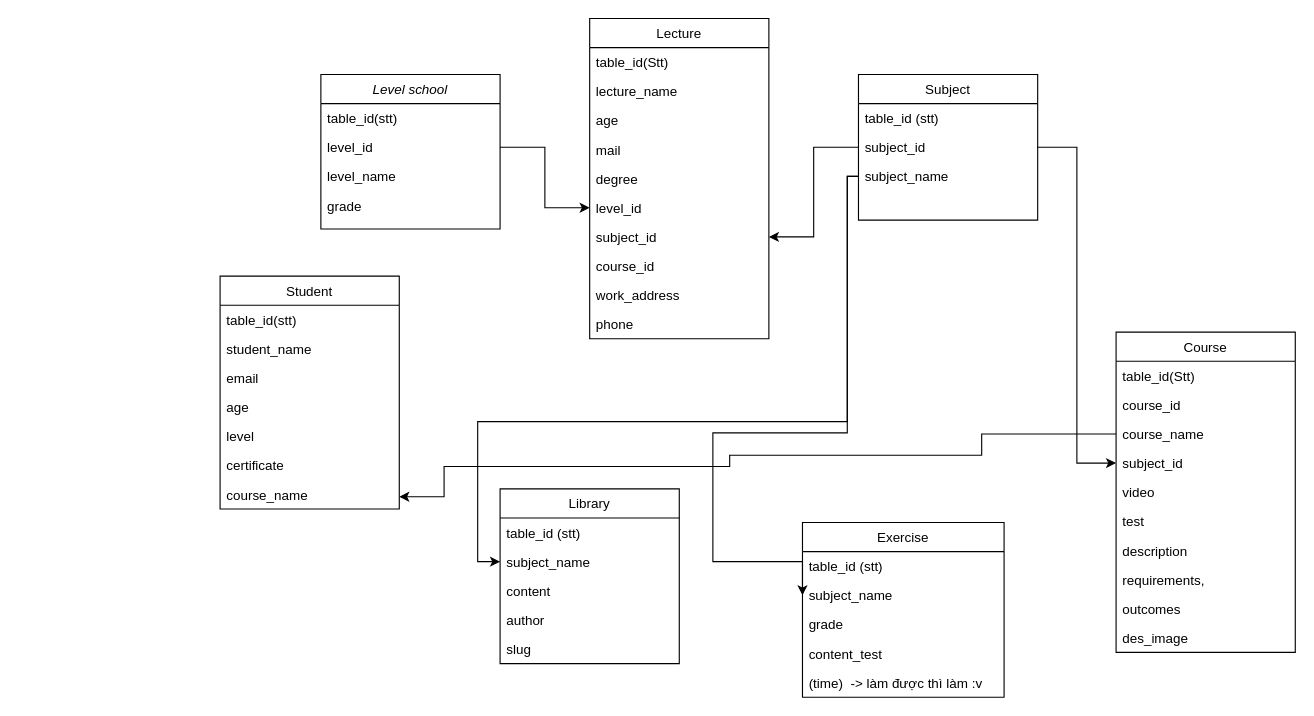
Earlier version of the draw.io diagram Untitled Diagram.drawio (luongminh2111/Web-e-learning). Source tidied: cells renumbered, new cells numbered last; positions are measured from the earlier drawing's top-left corner, leaving out a move shared by most shapes. Both pictures are drawn from the tidied source at 112%, with x=0, y=0 at pixel (220, 18).
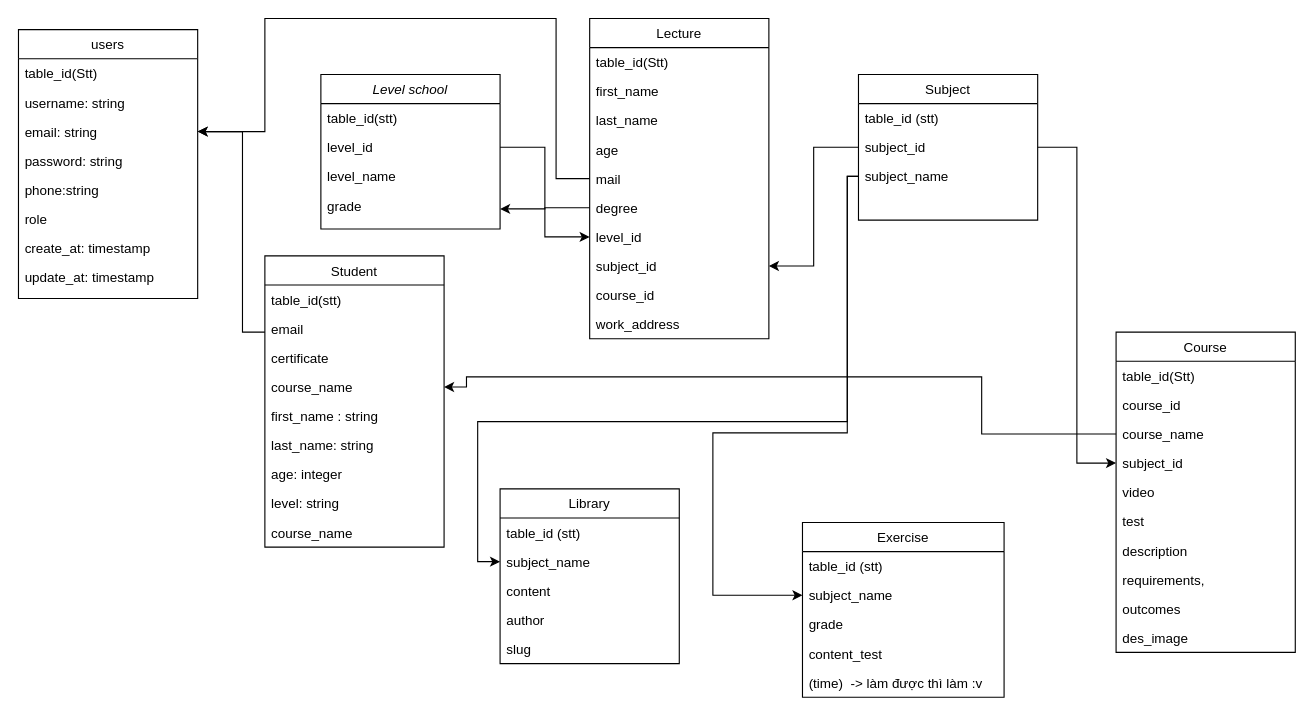
Above is the later version.

Unchanged cells that the change refers to:
```xml
<mxCell id="6" value="grade" style="text;align=left;verticalAlign=top;spacingLeft=4;spacingRight=4;overflow=hidden;points=[[0,0.5],[1,0.5]];portConstraint=eastwest;rounded=0;shadow=0;html=0;" parent="2" vertex="1">
  <mxGeometry y="104" width="160" height="32" as="geometry" />
</mxCell>
<mxCell id="18" value="subject_name" style="text;align=left;verticalAlign=top;spacingLeft=4;spacingRight=4;overflow=hidden;points=[[0,0.5],[1,0.5]];portConstraint=eastwest;" parent="15" vertex="1">
  <mxGeometry y="78" width="160" height="26" as="geometry" />
</mxCell>
<mxCell id="19" value="Lecture" style="swimlane;fontStyle=0;align=center;verticalAlign=top;horizontal=1;startSize=26;rounded=0;shadow=0;strokeWidth=1;" parent="1" vertex="1">
  <mxGeometry x="330" width="160" height="286" as="geometry" />
</mxCell>
<mxCell id="33" value="course_name" style="text;align=left;verticalAlign=top;spacingLeft=4;spacingRight=4;overflow=hidden;points=[[0,0.5],[1,0.5]];portConstraint=eastwest;rounded=0;shadow=0;html=0;" parent="30" vertex="1">
  <mxGeometry y="78" width="160" height="26" as="geometry" />
</mxCell>
<mxCell id="49" value="subject_name" style="text;align=left;verticalAlign=top;spacingLeft=4;spacingRight=4;overflow=hidden;points=[[0,0.5],[1,0.5]];portConstraint=eastwest;" parent="47" vertex="1">
  <mxGeometry y="52" width="180" height="26" as="geometry" />
</mxCell>
```

The edit, as a diff of the source:
```diff
@@
     <mxCell id="7" value="Student" style="swimlane;fontStyle=0;align=center;verticalAlign=top;horizontal=1;startSize=26;rounded=0;shadow=0;strokeWidth=1;" parent="1" vertex="1">
-      <mxGeometry y="230" width="160" height="208" as="geometry" />
+      <mxGeometry x="40" y="212" width="160" height="260" as="geometry" />
     </mxCell>
@@
-    <mxCell id="9" value="student_name" style="text;align=left;verticalAlign=top;spacingLeft=4;spacingRight=4;overflow=hidden;rounded=0;shadow=0;html=0;" parent="7" vertex="1">
-      <mxGeometry y="52" width="160" height="26" as="geometry" />
-    </mxCell>
     <mxCell id="10" value="email" style="text;align=left;verticalAlign=top;spacingLeft=4;spacingRight=4;overflow=hidden;rounded=0;shadow=0;html=0;" parent="7" vertex="1">
-      <mxGeometry y="78" width="160" height="26" as="geometry" />
+      <mxGeometry y="52" width="160" height="26" as="geometry" />
     </mxCell>
-    <mxCell id="11" value="age" style="text;align=left;verticalAlign=top;spacingLeft=4;spacingRight=4;overflow=hidden;rounded=0;shadow=0;html=0;" parent="7" vertex="1">
-      <mxGeometry y="104" width="160" height="26" as="geometry" />
-    </mxCell>
-    <mxCell id="12" value="level" style="text;align=left;verticalAlign=top;spacingLeft=4;spacingRight=4;overflow=hidden;rounded=0;shadow=0;html=0;" parent="7" vertex="1">
-      <mxGeometry y="130" width="160" height="26" as="geometry" />
-    </mxCell>
     <mxCell id="13" value="certificate" style="text;align=left;verticalAlign=top;spacingLeft=4;spacingRight=4;overflow=hidden;rounded=0;shadow=0;html=0;" parent="7" vertex="1">
-      <mxGeometry y="156" width="160" height="26" as="geometry" />
+      <mxGeometry y="78" width="160" height="26" as="geometry" />
     </mxCell>
     <mxCell id="14" value="course_name" style="text;align=left;verticalAlign=top;spacingLeft=4;spacingRight=4;overflow=hidden;points=[[0,0.5],[1,0.5]];portConstraint=eastwest;rounded=0;shadow=0;html=0;" parent="7" vertex="1">
-      <mxGeometry y="182" width="160" height="26" as="geometry" />
+      <mxGeometry y="104" width="160" height="26" as="geometry" />
     </mxCell>
+    <mxCell id="59" value="first_name : string" style="text;align=left;verticalAlign=top;spacingLeft=4;spacingRight=4;overflow=hidden;rounded=0;shadow=0;html=0;" parent="7" vertex="1">
+      <mxGeometry y="130" width="160" height="26" as="geometry" />
+    </mxCell>
+    <mxCell id="60" value="last_name: string" style="text;align=left;verticalAlign=top;spacingLeft=4;spacingRight=4;overflow=hidden;rounded=0;shadow=0;html=0;" parent="7" vertex="1">
+      <mxGeometry y="156" width="160" height="26" as="geometry" />
+    </mxCell>
+    <mxCell id="61" value="age: integer" style="text;align=left;verticalAlign=top;spacingLeft=4;spacingRight=4;overflow=hidden;rounded=0;shadow=0;html=0;" parent="7" vertex="1">
+      <mxGeometry y="182" width="160" height="26" as="geometry" />
+    </mxCell>
+    <mxCell id="62" value="level: string" style="text;align=left;verticalAlign=top;spacingLeft=4;spacingRight=4;overflow=hidden;rounded=0;shadow=0;html=0;" parent="7" vertex="1">
+      <mxGeometry y="208" width="160" height="26" as="geometry" />
+    </mxCell>
+    <mxCell id="63" value="course_name" style="text;align=left;verticalAlign=top;spacingLeft=4;spacingRight=4;overflow=hidden;rounded=0;shadow=0;html=0;" parent="7" vertex="1">
+      <mxGeometry y="234" width="160" height="26" as="geometry" />
+    </mxCell>
@@
-    <mxCell id="21" value="lecture_name" style="text;align=left;verticalAlign=top;spacingLeft=4;spacingRight=4;overflow=hidden;rounded=0;shadow=0;html=0;" parent="19" vertex="1">
+    <mxCell id="21" value="first_name" style="text;align=left;verticalAlign=top;spacingLeft=4;spacingRight=4;overflow=hidden;rounded=0;shadow=0;html=0;" parent="19" vertex="1">
       <mxGeometry y="52" width="160" height="26" as="geometry" />
     </mxCell>
+    <mxCell id="64" value="last_name" style="text;align=left;verticalAlign=top;spacingLeft=4;spacingRight=4;overflow=hidden;rounded=0;shadow=0;html=0;" parent="19" vertex="1">
+      <mxGeometry y="78" width="160" height="26" as="geometry" />
+    </mxCell>
     <mxCell id="22" value="age" style="text;align=left;verticalAlign=top;spacingLeft=4;spacingRight=4;overflow=hidden;rounded=0;shadow=0;html=0;" parent="19" vertex="1">
-      <mxGeometry y="78" width="160" height="26" as="geometry" />
+      <mxGeometry y="104" width="160" height="26" as="geometry" />
     </mxCell>
     <mxCell id="23" value="mail" style="text;align=left;verticalAlign=top;spacingLeft=4;spacingRight=4;overflow=hidden;points=[[0,0.5],[1,0.5]];portConstraint=eastwest;rounded=0;shadow=0;html=0;" parent="19" vertex="1">
-      <mxGeometry y="104" width="160" height="26" as="geometry" />
+      <mxGeometry y="130" width="160" height="26" as="geometry" />
     </mxCell>
     <mxCell id="24" value="degree" style="text;align=left;verticalAlign=top;spacingLeft=4;spacingRight=4;overflow=hidden;points=[[0,0.5],[1,0.5]];portConstraint=eastwest;rounded=0;shadow=0;html=0;" parent="19" vertex="1">
-      <mxGeometry y="130" width="160" height="26" as="geometry" />
+      <mxGeometry y="156" width="160" height="26" as="geometry" />
     </mxCell>
     <mxCell id="25" value="level_id" style="text;align=left;verticalAlign=top;spacingLeft=4;spacingRight=4;overflow=hidden;points=[[0,0.5],[1,0.5]];portConstraint=eastwest;rounded=0;shadow=0;html=0;" parent="19" vertex="1">
-      <mxGeometry y="156" width="160" height="26" as="geometry" />
+      <mxGeometry y="182" width="160" height="26" as="geometry" />
     </mxCell>
     <mxCell id="26" value="subject_id" style="text;align=left;verticalAlign=top;spacingLeft=4;spacingRight=4;overflow=hidden;points=[[0,0.5],[1,0.5]];portConstraint=eastwest;rounded=0;shadow=0;html=0;" parent="19" vertex="1">
-      <mxGeometry y="182" width="160" height="26" as="geometry" />
+      <mxGeometry y="208" width="160" height="26" as="geometry" />
     </mxCell>
     <mxCell id="27" value="course_id" style="text;align=left;verticalAlign=top;spacingLeft=4;spacingRight=4;overflow=hidden;rounded=0;shadow=0;html=0;" parent="19" vertex="1">
-      <mxGeometry y="208" width="160" height="26" as="geometry" />
+      <mxGeometry y="234" width="160" height="26" as="geometry" />
     </mxCell>
     <mxCell id="28" value="work_address" style="text;align=left;verticalAlign=top;spacingLeft=4;spacingRight=4;overflow=hidden;rounded=0;shadow=0;html=0;" parent="19" vertex="1">
-      <mxGeometry y="234" width="160" height="26" as="geometry" />
+      <mxGeometry y="260" width="160" height="26" as="geometry" />
     </mxCell>
-    <mxCell id="29" value="phone" style="text;align=left;verticalAlign=top;spacingLeft=4;spacingRight=4;overflow=hidden;rounded=0;shadow=0;html=0;" parent="19" vertex="1">
-      <mxGeometry y="260" width="160" height="26" as="geometry" />
-    </mxCell>
@@
     <mxCell id="56" style="edgeStyle=orthogonalEdgeStyle;rounded=0;jettySize=auto;html=1;entryX=0;entryY=0.5;entryDx=0;entryDy=0;" parent="1" edge="1" source="18" target="49">
       <mxGeometry relative="1" as="geometry">
         <Array as="points">
           <mxPoint x="560" y="141" />
           <mxPoint x="560" y="370" />
           <mxPoint x="440" y="370" />
-          <mxPoint x="440" y="485" />
+          <mxPoint x="440" y="515" />
         </Array>
       </mxGeometry>
     </mxCell>
@@
-    <mxCell id="58" style="edgeStyle=orthogonalEdgeStyle;rounded=0;jettySize=auto;html=1;" parent="1" edge="1" source="33" target="14">
+    <mxCell id="58" style="edgeStyle=orthogonalEdgeStyle;rounded=0;jettySize=auto;html=1;entryX=1;entryY=0.5;entryDx=0;entryDy=0;" parent="1" edge="1" source="33" target="14">
       <mxGeometry relative="1" as="geometry">
         <Array as="points">
           <mxPoint x="680" y="371" />
-          <mxPoint x="680" y="390" />
-          <mxPoint x="455" y="390" />
-          <mxPoint x="455" y="400" />
-          <mxPoint x="200" y="400" />
-          <mxPoint x="200" y="427" />
+          <mxPoint x="680" y="320" />
+          <mxPoint x="220" y="320" />
+          <mxPoint x="220" y="329" />
         </Array>
       </mxGeometry>
     </mxCell>
+    <mxCell id="65" value="users" style="swimlane;fontStyle=0;align=center;verticalAlign=top;horizontal=1;startSize=26;rounded=0;shadow=0;strokeWidth=1;" parent="1" vertex="1">
+      <mxGeometry x="-180" y="10" width="160" height="240" as="geometry" />
+    </mxCell>
+    <mxCell id="66" value="table_id(Stt)" style="text;align=left;verticalAlign=top;spacingLeft=4;spacingRight=4;overflow=hidden;" parent="65" vertex="1">
+      <mxGeometry y="26" width="160" height="26" as="geometry" />
+    </mxCell>
+    <mxCell id="67" value="username: string" style="text;align=left;verticalAlign=top;spacingLeft=4;spacingRight=4;overflow=hidden;rounded=0;shadow=0;html=0;" parent="65" vertex="1">
+      <mxGeometry y="52" width="160" height="26" as="geometry" />
+    </mxCell>
+    <mxCell id="68" value="email: string" style="text;align=left;verticalAlign=top;spacingLeft=4;spacingRight=4;overflow=hidden;points=[[0,0.5],[1,0.5]];portConstraint=eastwest;rounded=0;shadow=0;html=0;" parent="65" vertex="1">
+      <mxGeometry y="78" width="160" height="26" as="geometry" />
+    </mxCell>
+    <mxCell id="69" value="password: string" style="text;align=left;verticalAlign=top;spacingLeft=4;spacingRight=4;overflow=hidden;rounded=0;shadow=0;html=0;" parent="65" vertex="1">
+      <mxGeometry y="104" width="160" height="26" as="geometry" />
+    </mxCell>
+    <mxCell id="70" value="phone:string" style="text;align=left;verticalAlign=top;spacingLeft=4;spacingRight=4;overflow=hidden;rounded=0;shadow=0;html=0;" parent="65" vertex="1">
+      <mxGeometry y="130" width="160" height="26" as="geometry" />
+    </mxCell>
+    <mxCell id="71" value="role&#10;" style="text;align=left;verticalAlign=top;spacingLeft=4;spacingRight=4;overflow=hidden;rounded=0;shadow=0;html=0;" parent="65" vertex="1">
+      <mxGeometry y="156" width="160" height="26" as="geometry" />
+    </mxCell>
+    <mxCell id="72" value="create_at: timestamp" style="text;align=left;verticalAlign=top;spacingLeft=4;spacingRight=4;overflow=hidden;rounded=0;shadow=0;html=0;" parent="65" vertex="1">
+      <mxGeometry y="182" width="160" height="26" as="geometry" />
+    </mxCell>
+    <mxCell id="73" value="update_at: timestamp" style="text;align=left;verticalAlign=top;spacingLeft=4;spacingRight=4;overflow=hidden;rounded=0;shadow=0;html=0;" parent="65" vertex="1">
+      <mxGeometry y="208" width="160" height="26" as="geometry" />
+    </mxCell>
+    <mxCell id="74" style="edgeStyle=orthogonalEdgeStyle;rounded=0;jettySize=auto;html=1;entryX=1;entryY=0.5;entryDx=0;entryDy=0;exitX=0;exitY=0.5;exitDx=0;exitDy=0;" parent="1" edge="1" source="23" target="68">
+      <mxGeometry relative="1" as="geometry">
+        <Array as="points">
+          <mxPoint x="300" y="143" />
+          <mxPoint x="300" />
+          <mxPoint x="40" />
+          <mxPoint x="40" y="101" />
+        </Array>
+      </mxGeometry>
+    </mxCell>
+    <mxCell id="75" style="edgeStyle=orthogonalEdgeStyle;rounded=0;jettySize=auto;html=1;entryX=1;entryY=0.5;entryDx=0;entryDy=0;" parent="1" edge="1" target="68">
+      <mxGeometry relative="1" as="geometry">
+        <mxPoint x="40" y="280" as="sourcePoint" />
+        <Array as="points">
+          <mxPoint x="40" y="280" />
+          <mxPoint x="20" y="280" />
+          <mxPoint x="20" y="101" />
+        </Array>
+      </mxGeometry>
+    </mxCell>
+    <mxCell id="76" style="edgeStyle=orthogonalEdgeStyle;rounded=0;jettySize=auto;html=1;" parent="1" edge="1" source="24" target="6">
+      <mxGeometry relative="1" as="geometry" />
+    </mxCell>
```
